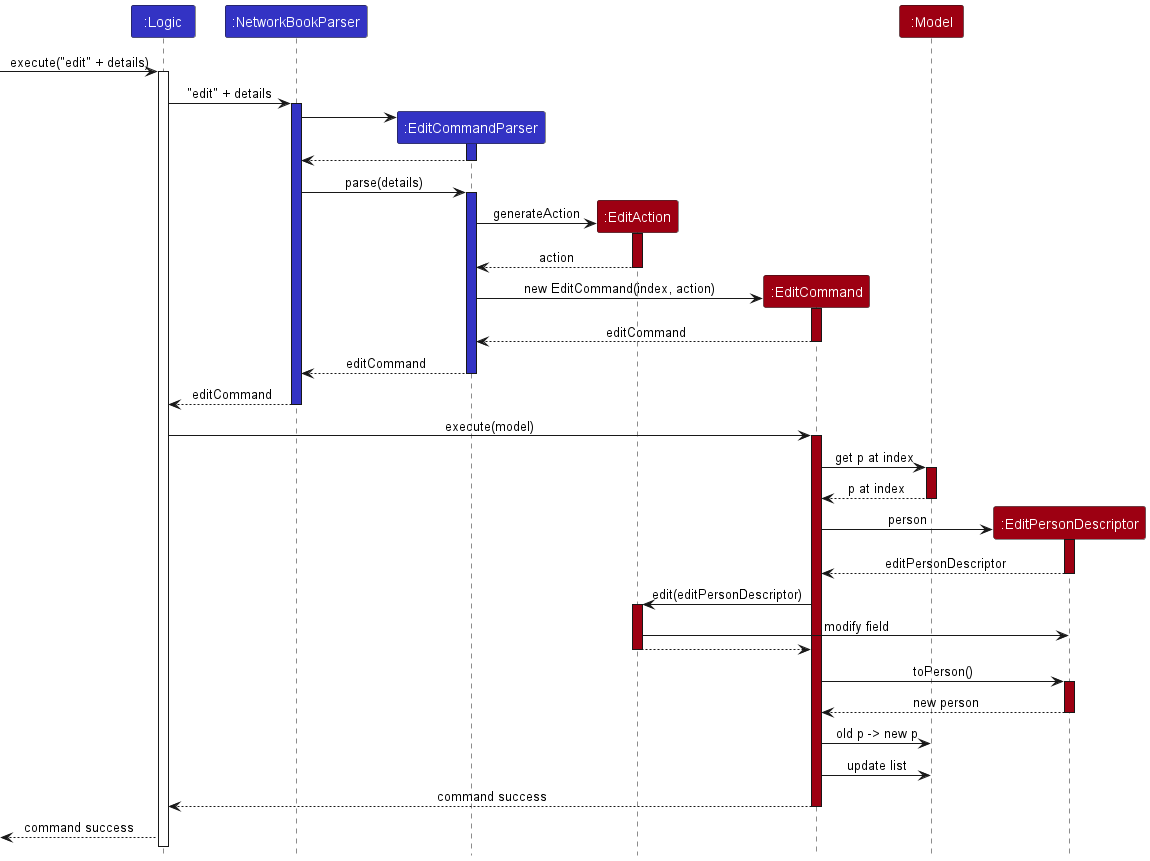
nus-cs2103-AY2324S1/tp keeps this PlantUML diagram as docs/images/edit/EditDiagram.png. Above is the earlier version.
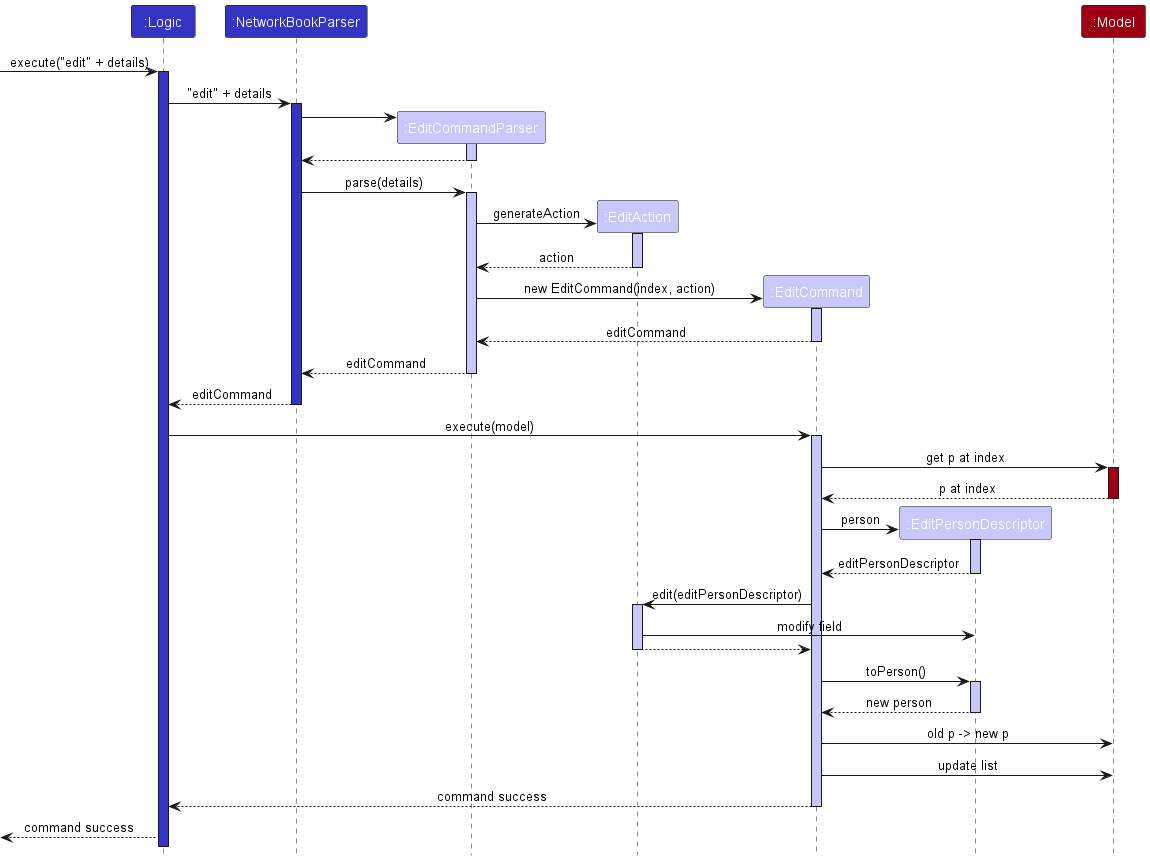
The same diagram one commit later.

Commit message:
Add open link sequence

What changed in the source:
```diff
@@ -4,38 +4,38 @@
 
 Participant ":Logic" as logic LOGIC_COLOR
 Participant ":NetworkBookParser" as networkBookParser LOGIC_COLOR
-Participant ":EditCommandParser" as editCommandParser LOGIC_COLOR
-Participant ":EditAction" as editAction MODEL_COLOR
-Participant ":EditCommand" as editCommand MODEL_COLOR
+Participant ":EditCommandParser" as editCommandParser LOGIC_COLOR_T1
+Participant ":EditAction" as editAction LOGIC_COLOR_T1
+Participant ":EditCommand" as editCommand LOGIC_COLOR_T1
+Participant ":EditPersonDescriptor" as editPersonDescriptor LOGIC_COLOR_T1
 Participant ":Model" as model MODEL_COLOR
-Participant ":EditPersonDescriptor" as editPersonDescriptor MODEL_COLOR
 
 -> logic : execute("edit" + details)
-activate logic
+activate logic LOGIC_COLOR
 
 logic -> networkBookParser : "edit" + details
 activate networkBookParser LOGIC_COLOR
 
 create editCommandParser
 networkBookParser -> editCommandParser
-activate editCommandParser LOGIC_COLOR
+activate editCommandParser LOGIC_COLOR_T1
 
 editCommandParser --> networkBookParser
 deactivate editCommandParser
 
 networkBookParser -> editCommandParser : parse(details)
-activate editCommandParser LOGIC_COLOR
+activate editCommandParser LOGIC_COLOR_T1
 
 create editAction
 editCommandParser -> editAction : generateAction
-activate editAction MODEL_COLOR
+activate editAction LOGIC_COLOR_T1
 
 editAction --> editCommandParser : action
 deactivate editAction
 
 create editCommand
 editCommandParser -> editCommand : new EditCommand(index, action)
-activate editCommand MODEL_COLOR
+activate editCommand LOGIC_COLOR_T1
 
 editCommand --> editCommandParser : editCommand
 deactivate editCommand
@@ -47,7 +47,7 @@
 deactivate networkBookParser
 
 logic -> editCommand: execute(model)
-activate editCommand MODEL_COLOR
+activate editCommand LOGIC_COLOR_T1
 
 editCommand -> model : get p at index
 activate model MODEL_COLOR
@@ -57,13 +57,13 @@
 
 create editPersonDescriptor
 editCommand -> editPersonDescriptor: person
-activate editPersonDescriptor MODEL_COLOR
+activate editPersonDescriptor LOGIC_COLOR_T1
 
 editPersonDescriptor --> editCommand : editPersonDescriptor
 deactivate editPersonDescriptor
 
 editCommand -> editAction : edit(editPersonDescriptor)
-activate editAction MODEL_COLOR
+activate editAction LOGIC_COLOR_T1
 
 editAction -> editPersonDescriptor : modify field
 
@@ -71,7 +71,7 @@
 deactivate editAction
 
 editCommand -> editPersonDescriptor : toPerson()
-activate editPersonDescriptor MODEL_COLOR
+activate editPersonDescriptor LOGIC_COLOR_T1
 
 editPersonDescriptor --> editCommand : new person
 deactivate editPersonDescriptor
```
